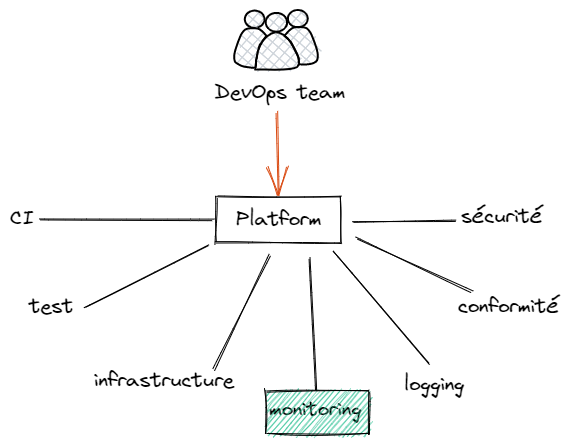
The Excalidraw diagram snowcamp_2023/assets/platform-monitoring.excalidraw.png in ojacques/presentations, before a commit. Source tidied: one line per element, renumbered; positions are measured from the earlier drawing's top-left corner, leaving out a move shared by most shapes.
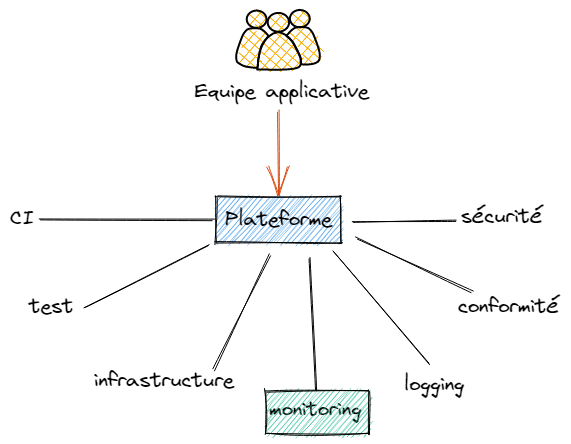
After the commit.

Diff of the diagram source:
```diff
@@ -5,8 +5,8 @@
 {"id": 4, "type": "text", "text": "CI", "strokeColor": "#000000", "strokeWidth": 1, "roughness": 1, "fontSize": 20, "fontFamily": 1, "x": 0, "y": 196, "width": 26, "height": 25}
 {"id": 5, "type": "text", "text": "logging", "strokeColor": "#000000", "strokeWidth": 1, "roughness": 1, "fontSize": 20, "fontFamily": 1, "x": 394, "y": 362, "width": 62, "height": 25}
 {"id": 6, "type": "text", "text": "test", "strokeColor": "#000000", "strokeWidth": 1, "roughness": 1, "fontSize": 20, "fontFamily": 1, "x": 19, "y": 284, "width": 46, "height": 25}
-{"id": 7, "type": "rectangle", "strokeColor": "#000000", "strokeWidth": 1, "roughness": 1, "x": 206, "y": 187, "width": 125, "height": 46}
+{"id": 7, "type": "rectangle", "strokeColor": "#000000", "backgroundColor": "#228be6", "fillStyle": "hachure", "strokeWidth": 1, "roughness": 1, "x": 206, "y": 187, "width": 125, "height": 46}
-{"id": 8, "type": "text", "text": "Platform", "strokeColor": "#000000", "strokeWidth": 1, "roughness": 1, "fontSize": 20, "fontFamily": 1, "textAlign": "center", "verticalAlign": "middle", "inside": 7, "x": 225, "y": 197, "width": 87, "height": 25}
+{"id": 8, "type": "text", "text": "Plateforme", "strokeColor": "#000000", "strokeWidth": 1, "roughness": 1, "fontSize": 20, "fontFamily": 1, "textAlign": "center", "verticalAlign": "middle", "inside": 7, "x": 214, "y": 197, "width": 109, "height": 25}
 {"id": 9, "type": "line", "strokeColor": "#000000", "strokeWidth": 1, "roughness": 1, "x": 30, "y": 210, "width": 173, "height": 0, "points": [[0, 0], [173, 0]]}
 {"id": 10, "type": "line", "strokeColor": "#000000", "strokeWidth": 1, "roughness": 1, "x": 75, "y": 297, "width": 124, "height": 61, "points": [[0, 0], [124, -61]]}
 {"id": 11, "type": "line", "strokeColor": "#000000", "strokeWidth": 1, "roughness": 1, "x": 204, "y": 360, "width": 57, "height": 114, "points": [[0, 0], [57, -114]]}
@@ -14,12 +14,12 @@
 {"id": 13, "type": "line", "strokeColor": "#000000", "strokeWidth": 1, "roughness": 1, "x": 323, "y": 243, "width": 96, "height": 111, "points": [[0, 0], [96, 111]]}
 {"id": 14, "type": "line", "strokeColor": "#000000", "strokeWidth": 1, "roughness": 1, "x": 346, "y": 228, "width": 116, "height": 54, "points": [[0, 0], [116, 54]]}
 {"id": 15, "type": "line", "strokeColor": "#000000", "strokeWidth": 1, "roughness": 1, "x": 343, "y": 212, "width": 102, "height": 1, "points": [[0, 0], [102, -1]]}
-{"id": 16, "type": "text", "text": "DevOps team", "strokeColor": "#000000", "backgroundColor": "white", "fillStyle": "solid", "strokeWidth": 1, "roughness": 1, "fontSize": 20, "fontFamily": 1, "x": 205, "y": 70, "width": 132, "height": 25}
+{"id": 16, "type": "text", "text": "Equipe applicative", "strokeColor": "#000000", "backgroundColor": "white", "fillStyle": "solid", "strokeWidth": 1, "roughness": 1, "fontSize": 20, "fontFamily": 1, "x": 185, "y": 69, "width": 176, "height": 25}
-{"id": 17, "type": "ellipse", "strokeColor": "#000000", "backgroundColor": "#ced4da", "fillStyle": "cross-hatch", "strokeWidth": 2, "roughness": 0, "x": 278, "y": 0, "width": 20, "height": 17}
+{"id": 17, "type": "ellipse", "strokeColor": "#000000", "backgroundColor": "#fab005", "fillStyle": "cross-hatch", "strokeWidth": 2, "roughness": 0, "x": 280, "y": 0, "width": 20, "height": 17}
-{"id": 18, "type": "ellipse", "strokeColor": "#000000", "backgroundColor": "#ced4da", "fillStyle": "cross-hatch", "strokeWidth": 2, "roughness": 0, "x": 235, "y": 1, "width": 20, "height": 17}
+{"id": 18, "type": "ellipse", "strokeColor": "#000000", "backgroundColor": "#fab005", "fillStyle": "cross-hatch", "strokeWidth": 2, "roughness": 0, "x": 237, "y": 1, "width": 20, "height": 17}
-{"id": 19, "type": "line", "strokeColor": "#000000", "backgroundColor": "#ced4da", "fillStyle": "cross-hatch", "strokeWidth": 2, "roughness": 0, "x": 245, "y": 60, "width": 42, "height": 37, "points": [[0, 0], [5, -25], [20, -37], [35, -27], [42, -3], [0, 0]]}
+{"id": 19, "type": "line", "strokeColor": "#000000", "backgroundColor": "#fab005", "fillStyle": "cross-hatch", "strokeWidth": 2, "roughness": 0, "x": 247, "y": 60, "width": 42, "height": 37, "points": [[0, 0], [5, -25], [20, -37], [35, -27], [42, -3], [0, 0]]}
-{"id": 20, "type": "ellipse", "strokeColor": "#000000", "backgroundColor": "#ced4da", "fillStyle": "cross-hatch", "strokeWidth": 2, "roughness": 0, "x": 256, "y": 3, "width": 21, "height": 19}
+{"id": 20, "type": "ellipse", "strokeColor": "#000000", "backgroundColor": "#fab005", "fillStyle": "cross-hatch", "strokeWidth": 2, "roughness": 0, "x": 258, "y": 3, "width": 21, "height": 19}
-{"id": 21, "type": "line", "strokeColor": "#000000", "backgroundColor": "#ced4da", "fillStyle": "cross-hatch", "strokeWidth": 2, "roughness": 0, "x": 274, "y": 26, "width": 33, "height": 37, "points": [[0, 0], [5, -6], [10, -8], [17, -9], [22, -8], [26, -4], [28, 2], [31, 8], [33, 14], [33, 20], [33, 25], [29, 27], [25, 28], [19, 29], [15, 28], [14, 22], [13, 19], [10, 13], [6, 6], [0, 0]]}
+{"id": 21, "type": "line", "strokeColor": "#000000", "backgroundColor": "#fab005", "fillStyle": "cross-hatch", "strokeWidth": 2, "roughness": 0, "x": 276, "y": 26, "width": 33, "height": 37, "points": [[0, 0], [5, -6], [10, -8], [17, -9], [22, -8], [26, -4], [28, 2], [31, 8], [33, 14], [33, 20], [33, 25], [29, 27], [25, 28], [19, 29], [15, 28], [14, 22], [13, 19], [10, 13], [6, 6], [0, 0]]}
-{"id": 22, "type": "line", "strokeColor": "#000000", "backgroundColor": "#ced4da", "fillStyle": "cross-hatch", "strokeWidth": 2, "roughness": 0, "x": 256, "y": 26, "width": 32, "height": 39, "points": [[0, 0], [-4, -4], [-8, -7], [-16, -8], [-21, -6], [-25, -2], [-27, 3], [-29, 9], [-31, 16], [-32, 21], [-31, 26], [-28, 28], [-24, 30], [-18, 31], [-11, 31], [-10, 24], [-10, 21], [-8, 15], [-5, 7], [0, 0]]}
+{"id": 22, "type": "line", "strokeColor": "#000000", "backgroundColor": "#fab005", "fillStyle": "cross-hatch", "strokeWidth": 2, "roughness": 0, "x": 258, "y": 26, "width": 32, "height": 39, "points": [[0, 0], [-4, -4], [-8, -7], [-16, -8], [-21, -6], [-25, -2], [-27, 3], [-29, 9], [-31, 16], [-32, 21], [-31, 26], [-28, 28], [-24, 30], [-18, 31], [-11, 31], [-10, 24], [-10, 21], [-8, 15], [-5, 7], [0, 0]]}
-{"id": 23, "type": "arrow", "strokeColor": "#d9480f", "strokeWidth": 1, "roughness": 1, "endArrowhead": "arrow", "from": 16, "to": 7, "x": 268, "y": 102, "width": 1, "height": 82, "points": [[0, 0], [1, 82]]}
+{"id": 23, "type": "arrow", "strokeColor": "#d9480f", "strokeWidth": 1, "roughness": 1, "endArrowhead": "arrow", "from": 16, "to": 7, "x": 269, "y": 101, "width": 0, "height": 83, "points": [[0, 0], [0, 83]]}
 {"id": 24, "type": "rectangle", "strokeColor": "#000000", "backgroundColor": "#12b886", "fillStyle": "hachure", "strokeWidth": 1, "roughness": 1, "x": 256, "y": 380, "width": 103, "height": 44}
```
